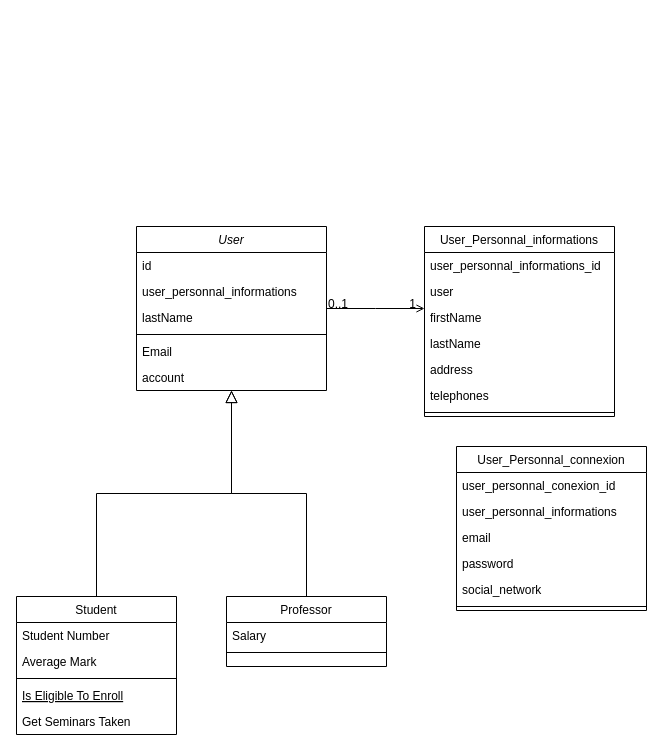
The draw.io diagram Untitled Diagram.drawio in jojodev77/p6, before the edit. Source tidied: cells renumbered, new cells numbered last; positions are measured from the earlier drawing's top-left corner, leaving out a move shared by most shapes. Both pictures are drawn from the tidied source at 100%, with x=0, y=0 at pixel (16, 226).
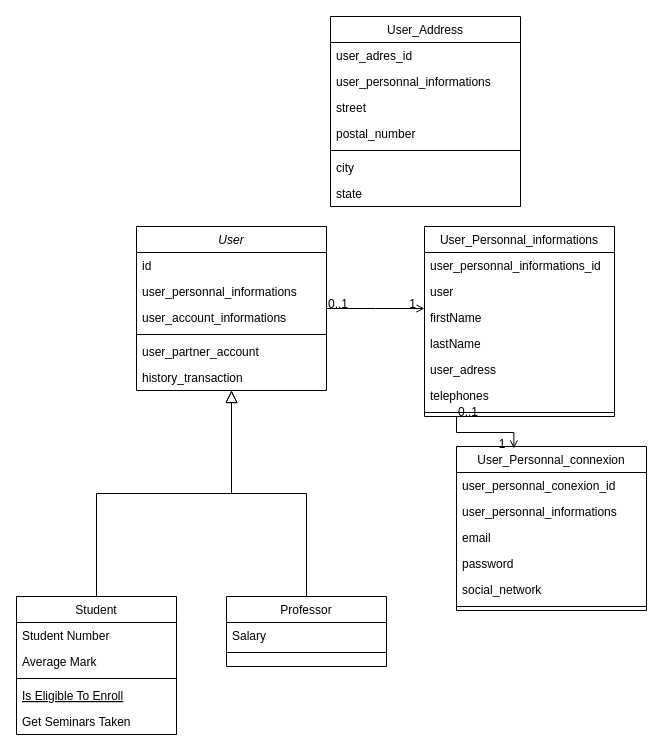
Above is the later version.

The change refers to these unchanged cells:
```xml
<mxCell id="2" value="User" style="swimlane;fontStyle=2;align=center;verticalAlign=top;horizontal=1;startSize=26;rounded=0;shadow=0;strokeWidth=1;" parent="1" vertex="1">
  <mxGeometry x="120" width="190" height="164" as="geometry" />
</mxCell>
<mxCell id="20" value="User_Personnal_informations" style="swimlane;fontStyle=0;align=center;verticalAlign=top;horizontal=1;startSize=26;rounded=0;shadow=0;strokeWidth=1;" parent="1" vertex="1">
  <mxGeometry x="408" width="190" height="190" as="geometry" />
</mxCell>
<mxCell id="31" value="User_Personnal_connexion" style="swimlane;fontStyle=0;align=center;verticalAlign=top;horizontal=1;startSize=26;rounded=0;shadow=0;strokeWidth=1;" parent="1" vertex="1">
  <mxGeometry x="440" y="220" width="190" height="164" as="geometry" />
</mxCell>
```

Change to the diagram source:
```diff
@@
-    <mxCell id="5" value="lastName" style="text;align=left;verticalAlign=top;spacingLeft=4;spacingRight=4;overflow=hidden;rounded=0;shadow=0;html=0;" parent="2" vertex="1">
+    <mxCell id="5" value="user_account_informations" style="text;align=left;verticalAlign=top;spacingLeft=4;spacingRight=4;overflow=hidden;rounded=0;shadow=0;html=0;" parent="2" vertex="1">
       <mxGeometry y="78" width="190" height="26" as="geometry" />
     </mxCell>
@@
-    <mxCell id="7" value="Email" style="text;align=left;verticalAlign=top;spacingLeft=4;spacingRight=4;overflow=hidden;" parent="2" vertex="1">
+    <mxCell id="7" value="user_partner_account" style="text;align=left;verticalAlign=top;spacingLeft=4;spacingRight=4;overflow=hidden;" parent="2" vertex="1">
       <mxGeometry y="112" width="190" height="26" as="geometry" />
     </mxCell>
-    <mxCell id="8" value="account" style="text;align=left;verticalAlign=top;spacingLeft=4;spacingRight=4;overflow=hidden;" parent="2" vertex="1">
+    <mxCell id="8" value="history_transaction" style="text;align=left;verticalAlign=top;spacingLeft=4;spacingRight=4;overflow=hidden;" parent="2" vertex="1">
       <mxGeometry y="138" width="190" height="26" as="geometry" />
     </mxCell>
@@
-    <mxCell id="25" value="address" style="text;align=left;verticalAlign=top;spacingLeft=4;spacingRight=4;overflow=hidden;rounded=0;shadow=0;html=0;" parent="20" vertex="1">
+    <mxCell id="25" value="user_adress" style="text;align=left;verticalAlign=top;spacingLeft=4;spacingRight=4;overflow=hidden;rounded=0;shadow=0;html=0;" parent="20" vertex="1">
       <mxGeometry y="130" width="190" height="26" as="geometry" />
     </mxCell>
@@
+    <mxCell id="38" style="endArrow=open;shadow=0;strokeWidth=1;rounded=0;endFill=1;edgeStyle=elbowEdgeStyle;elbow=vertical;entryX=0.302;entryY=0.012;entryDx=0;entryDy=0;entryPerimeter=0;" parent="1" edge="1" target="31">
+      <mxGeometry x="0.5" y="41" relative="1" as="geometry">
+        <mxPoint x="440" y="190" as="sourcePoint" />
+        <mxPoint x="-40" y="32" as="offset" />
+      </mxGeometry>
+    </mxCell>
+    <mxCell id="39" value="0..1" style="align=left;verticalAlign=bottom;labelBackgroundColor=none;fontSize=12;" parent="38" vertex="1">
+      <mxGeometry x="-1" relative="1" as="geometry">
+        <mxPoint y="4" as="offset" />
+      </mxGeometry>
+    </mxCell>
+    <mxCell id="40" value="1" style="align=right;verticalAlign=bottom;labelBackgroundColor=none;fontSize=12;" parent="38" vertex="1">
+      <mxGeometry x="1" relative="1" as="geometry">
+        <mxPoint x="-7" y="4" as="offset" />
+      </mxGeometry>
+    </mxCell>
+    <mxCell id="41" value="User_Address" style="swimlane;fontStyle=0;align=center;verticalAlign=top;horizontal=1;startSize=26;rounded=0;shadow=0;strokeWidth=1;" parent="1" vertex="1">
+      <mxGeometry x="314" y="-210" width="190" height="190" as="geometry" />
+    </mxCell>
+    <mxCell id="42" value="user_adres_id" style="text;align=left;verticalAlign=top;spacingLeft=4;spacingRight=4;overflow=hidden;" parent="41" vertex="1">
+      <mxGeometry y="26" width="190" height="26" as="geometry" />
+    </mxCell>
+    <mxCell id="43" value="user_personnal_informations" style="text;align=left;verticalAlign=top;spacingLeft=4;spacingRight=4;overflow=hidden;rounded=0;shadow=0;html=0;" parent="41" vertex="1">
+      <mxGeometry y="52" width="190" height="26" as="geometry" />
+    </mxCell>
+    <mxCell id="44" value="street" style="text;align=left;verticalAlign=top;spacingLeft=4;spacingRight=4;overflow=hidden;rounded=0;shadow=0;html=0;" parent="41" vertex="1">
+      <mxGeometry y="78" width="190" height="26" as="geometry" />
+    </mxCell>
+    <mxCell id="45" value="postal_number&#10;" style="text;align=left;verticalAlign=top;spacingLeft=4;spacingRight=4;overflow=hidden;rounded=0;shadow=0;html=0;" parent="41" vertex="1">
+      <mxGeometry y="104" width="190" height="26" as="geometry" />
+    </mxCell>
+    <mxCell id="46" style="line;html=1;strokeWidth=1;align=left;verticalAlign=middle;spacingTop=-1;spacingLeft=3;spacingRight=3;labelPosition=right;" parent="41" vertex="1">
+      <mxGeometry y="130" width="190" height="8" as="geometry" />
+    </mxCell>
+    <mxCell id="47" value="city" style="text;align=left;verticalAlign=top;spacingLeft=4;spacingRight=4;overflow=hidden;rounded=0;shadow=0;html=0;" parent="41" vertex="1">
+      <mxGeometry y="138" width="190" height="26" as="geometry" />
+    </mxCell>
+    <mxCell id="48" value="state" style="text;align=left;verticalAlign=top;spacingLeft=4;spacingRight=4;overflow=hidden;rounded=0;shadow=0;html=0;" parent="41" vertex="1">
+      <mxGeometry y="164" width="190" height="26" as="geometry" />
+    </mxCell>
```
